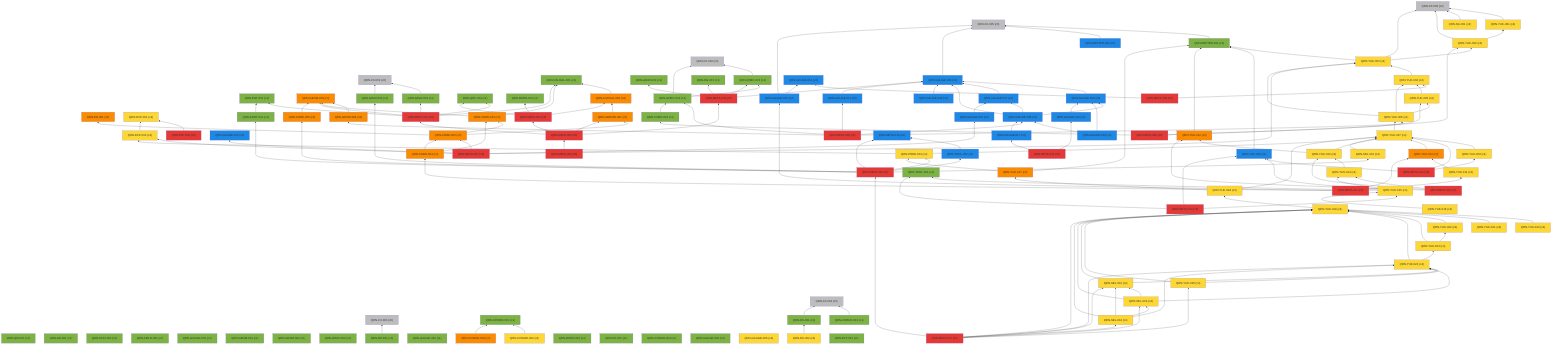
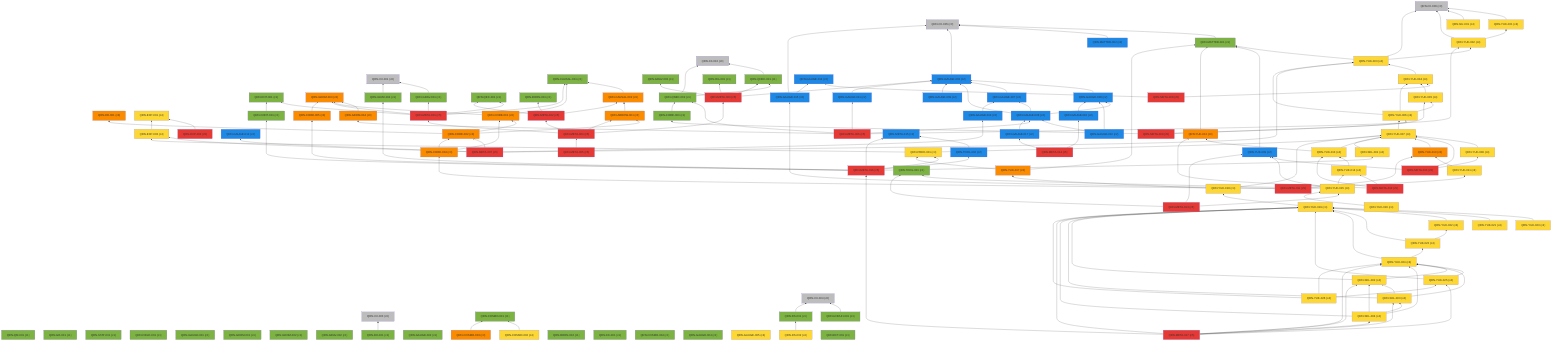
%% 自動生成 (dag/report.pl) — QRN 主張依存グラフ
graph BT
  QRN_C0_001["QRN-C0-001 (c0)"]:::c0
  QRN_C0_002["QRN-C0-002 (c0)"]:::c0
  QRN_C0_003["QRN-C0-003 (c0)"]:::c0
  QRN_C0_004["QRN-C0-004 (c0)"]:::c0
  QRN_C0_005["QRN-C0-005 (c0)"]:::c0
  QRN_C0_006["QRN-C0-006 (c0)"]:::c0
  QRN_QM_001["QRN-QM-001 (c1)"]:::c1
  QRN_GR_001["QRN-GR-001 (c1)"]:::c1
  QRN_STAT_001["QRN-STAT-001 (c1)"]:::c1
  QRN_FIELD_001["QRN-FIELD-001 (c1)"]:::c1
  QRN_GAUGE_001["QRN-GAUGE-001 (c1)"]:::c1
  QRN_ENT_001["QRN-ENT-001 (c1)"]:::c1
  QRN_GEOM_001["QRN-GEOM-001 (c1)"]:::c1
  QRN_GEOM_002["QRN-GEOM-002 (c1)"]:::c1
  QRN_GEOM_003["QRN-GEOM-003 (c3)"]:::c3
  QRN_GRAV_001["QRN-GRAV-001 (c1)"]:::c1
  QRN_GRAV_002["QRN-GRAV-002 (c1)"]:::c1
  QRN_BH_001["QRN-BH-001 (c1)"]:::c1
  QRN_CAUSAL_001["QRN-CAUSAL-001 (c1)"]:::c1
  QRN_CAUSAL_002["QRN-CAUSAL-002 (c3)"]:::c3
  QRN_ER_001["QRN-ER-001 (c3)"]:::c3
  QRN_QEC_001["QRN-QEC-001 (c1)"]:::c1
  QRN_GAUGE_002["QRN-GAUGE-002 (c1)"]:::c1
  QRN_COSMO_001["QRN-COSMO-001 (c1)"]:::c1
  QRN_COSMO_002["QRN-COSMO-002 (c4)"]:::c4
  QRN_COSMO_003["QRN-COSMO-003 (c3)"]:::c3
  QRN_BORN_001["QRN-BORN-001 (c1)"]:::c1
  QRN_BORN_002["QRN-BORN-002 (c1)"]:::c1
  QRN_GRAV_003["QRN-GRAV-003 (c1)"]:::c1
  QRN_KK_001["QRN-KK-001 (c1)"]:::c1
  QRN_MATTER_001["QRN-MATTER-001 (c1)"]:::c1
  QRN_MATTER_002["QRN-MATTER-002 (c2)"]:::c2
  QRN_COSMO_004["QRN-COSMO-004 (c1)"]:::c1
  QRN_EXP_001["QRN-EXP-001 (c4)"]:::c4
  QRN_GAUGE_003["QRN-GAUGE-003 (c2)"]:::c2
  QRN_GAUGE_004["QRN-GAUGE-004 (c1)"]:::c1
  QRN_GAUGE_005["QRN-GAUGE-005 (c4)"]:::c4
  QRN_YUK_001["QRN-YUK-001 (c4)"]:::c4
  QRN_RG_001["QRN-RG-001 (c1)"]:::c1
  QRN_UNRUH_001["QRN-UNRUH-001 (c1)"]:::c1
  QRN_QNEC_001["QRN-QNEC-001 (c1)"]:::c1
  QRN_NU_001["QRN-NU-001 (c4)"]:::c4
  QRN_GAUGE_006["QRN-GAUGE-006 (c2)"]:::c2
  QRN_DS_001["QRN-DS-001 (c1)"]:::c1
  QRN_DS_002["QRN-DS-002 (c4)"]:::c4
  QRN_ARROW_001["QRN-ARROW-001 (c3)"]:::c3
  QRN_GAUGE_007["QRN-GAUGE-007 (c2)"]:::c2
  QRN_EFT_001["QRN-EFT-001 (c1)"]:::c1
  QRN_GAUGE_008["QRN-GAUGE-008 (c2)"]:::c2
  QRN_GAUGE_009["QRN-GAUGE-009 (c2)"]:::c2
  QRN_GAUGE_010["QRN-GAUGE-010 (c2)"]:::c2
  QRN_QNEC_002["QRN-QNEC-002 (c1)"]:::c1
  QRN_GEOM_004["QRN-GEOM-004 (c3)"]:::c3
  QRN_YUK_002["QRN-YUK-002 (c4)"]:::c4
  QRN_EXP_002["QRN-EXP-002 (c5)"]:::c5
  QRN_CORE_001["QRN-CORE-001 (c3)"]:::c3
  QRN_GAUGE_011["QRN-GAUGE-011 (c2)"]:::c2
  QRN_GAUGE_012["QRN-GAUGE-012 (c2)"]:::c2
  QRN_YUK_003["QRN-YUK-003 (c4)"]:::c4
  QRN_EXP_003["QRN-EXP-003 (c4)"]:::c4
  QRN_CORE_002["QRN-CORE-002 (c3)"]:::c3
  QRN_GAUGE_013["QRN-GAUGE-013 (c2)"]:::c2
  QRN_YUK_004["QRN-YUK-004 (c4)"]:::c4
  QRN_GAUGE_014["QRN-GAUGE-014 (c2)"]:::c2
  QRN_META_001["QRN-META-001 (c5)"]:::c5
  QRN_META_002["QRN-META-002 (c5)"]:::c5
  QRN_META_003["QRN-META-003 (c5)"]:::c5
  QRN_META_004["QRN-META-004 (c5)"]:::c5
  QRN_META_005["QRN-META-005 (c5)"]:::c5
  QRN_META_006["QRN-META-006 (c5)"]:::c5
  QRN_META_007["QRN-META-007 (c5)"]:::c5
  QRN_META_008["QRN-META-008 (c5)"]:::c5
  QRN_YUK_005["QRN-YUK-005 (c4)"]:::c4
  QRN_YUK_006["QRN-YUK-006 (c4)"]:::c4
  QRN_CORE_003["QRN-CORE-003 (c1)"]:::c1
  QRN_META_009["QRN-META-009 (c5)"]:::c5
  QRN_YUK_007["QRN-YUK-007 (c4)"]:::c4
  QRN_YUK_008["QRN-YUK-008 (c4)"]:::c4
  QRN_YUK_009["QRN-YUK-009 (c2)"]:::c2
  QRN_META_010["QRN-META-010 (c5)"]:::c5
  QRN_GAUGE_015["QRN-GAUGE-015 (c2)"]:::c2
  QRN_YUK_010["QRN-YUK-010 (c3)"]:::c3
  QRN_YUK_011["QRN-YUK-011 (c4)"]:::c4
  QRN_CORE_004["QRN-CORE-004 (c3)"]:::c3
  QRN_META_011["QRN-META-011 (c5)"]:::c5
  QRN_YUK_012["QRN-YUK-012 (c3)"]:::c3
  QRN_YUK_013["QRN-YUK-013 (c4)"]:::c4
  QRN_YUK_014["QRN-YUK-014 (c4)"]:::c4
  QRN_META_012["QRN-META-012 (c5)"]:::c5
  QRN_TOOL_001["QRN-TOOL-001 (c1)"]:::c1
  QRN_YUK_015["QRN-YUK-015 (c4)"]:::c4
  QRN_META_013["QRN-META-013 (c5)"]:::c5
  QRN_GAUGE_016["QRN-GAUGE-016 (c2)"]:::c2
  QRN_GAUGE_017["QRN-GAUGE-017 (c2)"]:::c2
  QRN_META_014["QRN-META-014 (c5)"]:::c5
  QRN_META_015["QRN-META-015 (c2)"]:::c2
  QRN_TOOL_002["QRN-TOOL-002 (c2)"]:::c2
  QRN_CORE_005["QRN-CORE-005 (c3)"]:::c3
  QRN_CONT_001["QRN-CONT-001 (c1)"]:::c1
  QRN_SEL_001["QRN-SEL-001 (c4)"]:::c4
  QRN_GRAV_004["QRN-GRAV-004 (c1)"]:::c1
  QRN_PRED_001["QRN-PRED-001 (c4)"]:::c4
  QRN_META_016["QRN-META-016 (c5)"]:::c5
  QRN_YUK_016["QRN-YUK-016 (c4)"]:::c4
  QRN_YUK_017["QRN-YUK-017 (c3)"]:::c3
  QRN_YUK_018["QRN-YUK-018 (c4)"]:::c4
  QRN_YUK_019["QRN-YUK-019 (c4)"]:::c4
  QRN_YUK_020["QRN-YUK-020 (c4)"]:::c4
  QRN_YUK_021["QRN-YUK-021 (c4)"]:::c4
  QRN_YUK_022["QRN-YUK-022 (c4)"]:::c4
  QRN_YUK_023["QRN-YUK-023 (c4)"]:::c4
  QRN_YUK_024["QRN-YUK-024 (c4)"]:::c4
  QRN_YUK_025["QRN-YUK-025 (c4)"]:::c4
  QRN_SEL_002["QRN-SEL-002 (c4)"]:::c4
  QRN_SEL_003["QRN-SEL-003 (c4)"]:::c4
  QRN_SEL_004["QRN-SEL-004 (c4)"]:::c4
  QRN_META_017["QRN-META-017 (c5)"]:::c5
+   QRN_YUK_026["QRN-YUK-026 (c4)"]:::c4
  QRN_GRAV_001 --> QRN_C0_001
  QRN_BH_001 --> QRN_C0_003
  QRN_CAUSAL_002 --> QRN_CAUSAL_001
  QRN_COSMO_002 --> QRN_COSMO_001
  QRN_COSMO_003 --> QRN_COSMO_001
  QRN_MATTER_001 --> QRN_C0_005
  QRN_MATTER_002 --> QRN_C0_005
  QRN_GAUGE_003 --> QRN_C0_005
  QRN_YUK_001 --> QRN_C0_006
  QRN_UNRUH_001 --> QRN_C0_004
  QRN_QNEC_001 --> QRN_C0_002
  QRN_NU_001 --> QRN_C0_006
  QRN_GAUGE_006 --> QRN_GAUGE_003
  QRN_DS_001 --> QRN_C0_004
  QRN_DS_002 --> QRN_DS_001
  QRN_ARROW_001 --> QRN_CAUSAL_002
  QRN_GAUGE_007 --> QRN_GAUGE_003
  QRN_GAUGE_008 --> QRN_GAUGE_003
  QRN_GAUGE_008 --> QRN_GAUGE_006
  QRN_GAUGE_008 --> QRN_GAUGE_007
  QRN_GAUGE_009 --> QRN_GAUGE_003
  QRN_GAUGE_010 --> QRN_GAUGE_006
  QRN_GAUGE_010 --> QRN_GAUGE_008
  QRN_QNEC_002 --> QRN_C0_002
  QRN_QNEC_002 --> QRN_QNEC_001
  QRN_GEOM_004 --> QRN_GEOM_003
  QRN_YUK_002 --> QRN_C0_006
  QRN_YUK_002 --> QRN_YUK_001
  QRN_EXP_002 --> QRN_EXP_001
  QRN_CORE_001 --> QRN_GEOM_003
  QRN_CORE_001 --> QRN_CAUSAL_001
  QRN_GAUGE_011 --> QRN_GAUGE_003
  QRN_YUK_003 --> QRN_C0_006
  QRN_YUK_003 --> QRN_MATTER_001
  QRN_YUK_003 --> QRN_YUK_002
  QRN_EXP_003 --> QRN_EXP_001
  QRN_CORE_002 --> QRN_CORE_001
  QRN_CORE_002 --> QRN_ER_001
  QRN_CORE_002 --> QRN_ARROW_001
  QRN_GAUGE_013 --> QRN_GAUGE_007
  QRN_YUK_004 --> QRN_YUK_003
  QRN_META_001 --> QRN_GEOM_003
  QRN_META_001 --> QRN_GRAV_001
  QRN_META_001 --> QRN_CAUSAL_001
  QRN_META_001 --> QRN_QEC_001
  QRN_META_001 --> QRN_ENT_001
  QRN_META_002 --> QRN_QEC_001
  QRN_META_002 --> QRN_BORN_001
  QRN_META_002 --> QRN_CAUSAL_002
  QRN_META_003 --> QRN_GAUGE_003
  QRN_META_003 --> QRN_RG_001
  QRN_META_003 --> QRN_QNEC_001
  QRN_META_003 --> QRN_GRAV_003
  QRN_META_004 --> QRN_META_001
  QRN_META_004 --> QRN_META_002
  QRN_META_004 --> QRN_META_003
  QRN_META_004 --> QRN_ARROW_001
  QRN_META_005 --> QRN_META_004
  QRN_META_006 --> QRN_GAUGE_008
  QRN_META_006 --> QRN_QNEC_002
  QRN_META_006 --> QRN_GEOM_004
  QRN_META_006 --> QRN_YUK_002
  QRN_META_006 --> QRN_GAUGE_011
  QRN_META_007 --> QRN_GAUGE_012
  QRN_META_007 --> QRN_YUK_003
  QRN_META_007 --> QRN_EXP_003
  QRN_META_007 --> QRN_CORE_002
  QRN_META_007 --> QRN_GAUGE_013
  QRN_META_008 --> QRN_YUK_004
  QRN_META_008 --> QRN_GAUGE_014
  QRN_YUK_005 --> QRN_YUK_004
  QRN_YUK_006 --> QRN_YUK_003
  QRN_YUK_006 --> QRN_YUK_004
  QRN_YUK_006 --> QRN_YUK_005
  QRN_CORE_003 --> QRN_QNEC_002
  QRN_META_009 --> QRN_YUK_005
  QRN_META_009 --> QRN_YUK_006
  QRN_META_009 --> QRN_CORE_003
  QRN_YUK_007 --> QRN_YUK_006
  QRN_YUK_008 --> QRN_YUK_007
  QRN_YUK_009 --> QRN_MATTER_001
  QRN_META_010 --> QRN_YUK_007
  QRN_META_010 --> QRN_YUK_008
  QRN_META_010 --> QRN_YUK_009
  QRN_GAUGE_015 --> QRN_C0_005
  QRN_GAUGE_015 --> QRN_GAUGE_014
  QRN_YUK_010 --> QRN_YUK_007
  QRN_YUK_011 --> QRN_YUK_010
  QRN_CORE_004 --> QRN_CORE_001
  QRN_CORE_004 --> QRN_CORE_002
  QRN_META_011 --> QRN_GAUGE_015
  QRN_META_011 --> QRN_YUK_010
  QRN_META_011 --> QRN_YUK_011
  QRN_META_011 --> QRN_CORE_004
  QRN_YUK_012 --> QRN_MATTER_001
  QRN_YUK_013 --> QRN_YUK_012
  QRN_YUK_013 --> QRN_YUK_007
  QRN_YUK_014 --> QRN_YUK_013
  QRN_META_012 --> QRN_YUK_012
  QRN_META_012 --> QRN_YUK_013
  QRN_META_012 --> QRN_YUK_014
  QRN_YUK_015 --> QRN_YUK_014
  QRN_YUK_015 --> QRN_TOOL_001
  QRN_YUK_015 --> QRN_YUK_009
  QRN_META_013 --> QRN_YUK_015
  QRN_META_013 --> QRN_TOOL_001
  QRN_META_013 --> QRN_YUK_009
  QRN_GAUGE_016 --> QRN_GAUGE_006
  QRN_GAUGE_017 --> QRN_GAUGE_008
  QRN_META_014 --> QRN_GAUGE_016
  QRN_META_014 --> QRN_GAUGE_017
  QRN_TOOL_002 --> QRN_META_015
  QRN_CORE_005 --> QRN_GEOM_003
  QRN_CONT_001 --> QRN_ENT_001
  QRN_SEL_001 --> QRN_YUK_007
  QRN_GRAV_004 --> QRN_C0_001
  QRN_PRED_001 --> QRN_YUK_007
  QRN_PRED_001 --> QRN_EXP_003
  QRN_META_016 --> QRN_META_015
  QRN_META_016 --> QRN_TOOL_002
  QRN_META_016 --> QRN_CORE_005
  QRN_META_016 --> QRN_CONT_001
  QRN_META_016 --> QRN_SEL_001
  QRN_META_016 --> QRN_GRAV_004
  QRN_META_016 --> QRN_PRED_001
  QRN_YUK_016 --> QRN_YUK_015
  QRN_YUK_017 --> QRN_MATTER_001
  QRN_YUK_017 --> QRN_PRED_001
  QRN_YUK_018 --> QRN_YUK_017
  QRN_YUK_018 --> QRN_YUK_007
  QRN_YUK_019 --> QRN_YUK_018
  QRN_YUK_020 --> QRN_YUK_019
  QRN_YUK_021 --> QRN_YUK_019
  QRN_YUK_022 --> QRN_YUK_019
  QRN_YUK_023 --> QRN_YUK_019
  QRN_YUK_023 --> QRN_YUK_022
  QRN_YUK_024 --> QRN_YUK_019
  QRN_YUK_024 --> QRN_YUK_023
  QRN_YUK_025 --> QRN_YUK_019
  QRN_YUK_025 --> QRN_YUK_024
  QRN_SEL_002 --> QRN_YUK_019
  QRN_SEL_002 --> QRN_YUK_024
  QRN_SEL_003 --> QRN_YUK_019
  QRN_SEL_003 --> QRN_YUK_024
  QRN_SEL_003 --> QRN_SEL_002
  QRN_SEL_004 --> QRN_YUK_019
  QRN_SEL_004 --> QRN_YUK_024
  QRN_SEL_004 --> QRN_SEL_002
  QRN_SEL_004 --> QRN_SEL_003
  QRN_META_017 --> QRN_META_016
  QRN_META_017 --> QRN_YUK_019
  QRN_META_017 --> QRN_YUK_024
  QRN_META_017 --> QRN_YUK_025
  QRN_META_017 --> QRN_SEL_002
  QRN_META_017 --> QRN_SEL_003
  QRN_META_017 --> QRN_SEL_004
+   QRN_YUK_026 --> QRN_YUK_019
+   QRN_YUK_026 --> QRN_YUK_024
+   QRN_YUK_026 --> QRN_YUK_025
  classDef c0 fill:#bdbdbd
  classDef c1 fill:#7cb342
  classDef c2 fill:#1e88e5
  classDef c3 fill:#fb8c00
  classDef c4 fill:#fdd835
  classDef c5 fill:#e53935
